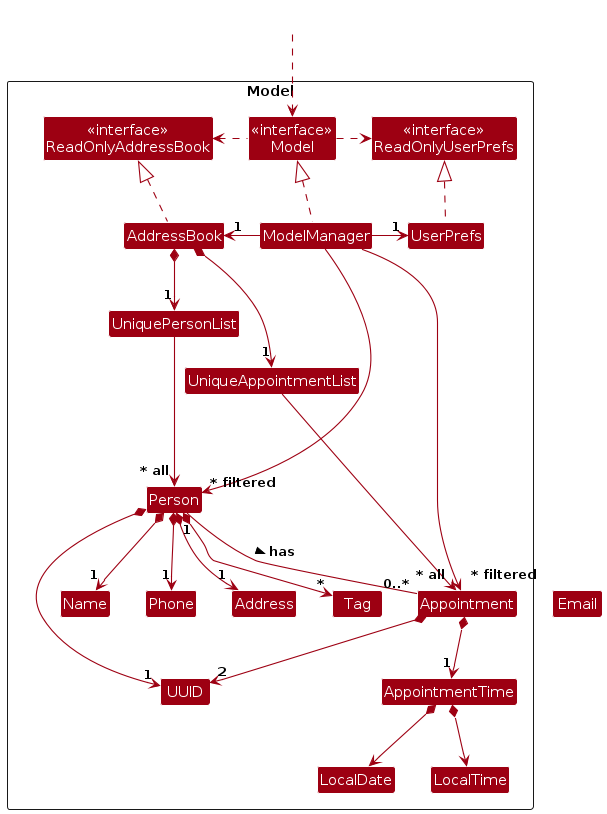
The PlantUML diagram diagrams/ModelClassDiagram.png in AY2324S2-CS2103T-T10-2/tp, before a commit. Its source is kept beside it as diagrams/ModelClassDiagram.puml.
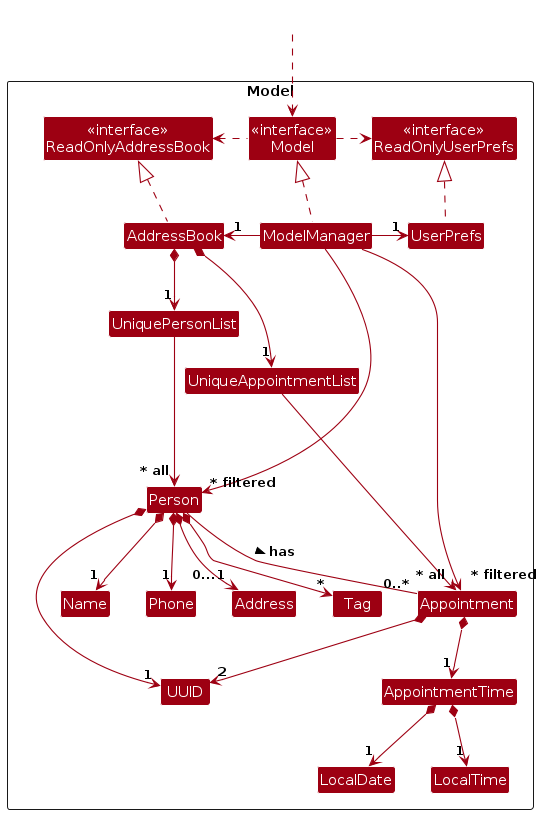
The same file after the commit.

What changed in the source:
```diff
@@ -45,14 +45,13 @@
 UniqueAppointmentList --> "~* all" Appointment
 Appointment *--> "2" UUID
 Appointment *--> "1" AppointmentTime
-AppointmentTime *--> LocalDate
-AppointmentTime *--> LocalTime
-
+AppointmentTime *--> "1" LocalDate
+AppointmentTime *--> "1" LocalTime
 AddressBook *--> "1" UniquePersonList
 UniquePersonList --> "~* all" Person
 Person *--> "1" Name
 Person *--> "1" Phone
-Person *--> "1" Address
+Person *--> "0...1" Address
 Person *--> "1" UUID
 Person *--> "*" Tag
 
@@ -61,10 +60,9 @@
 
 Name -[hidden]right-> Phone
 Phone -[hidden]right-> Address
-Address -[hidden]right-> Email
 
 ModelManager --> "~* filtered" Person
 ModelManager --> "~* filtered" Appointment
-Person "1" -- "0..*" Appointment : has >
+Person -- "0..*" Appointment : has >
 
 @enduml
```
